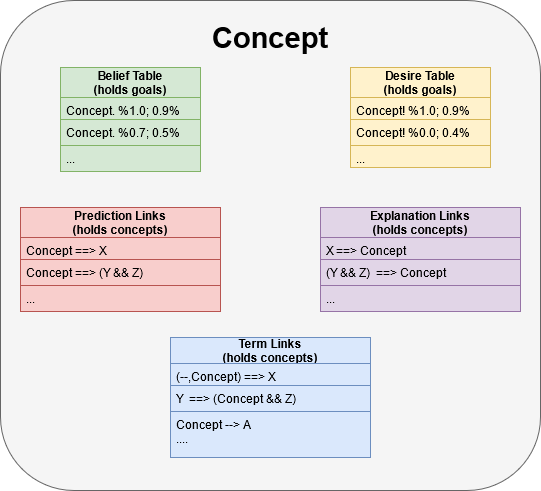
Before: Documentation/Concept.png, a diagram exported from draw.io (ccrock4t/NARS-Python). Source tidied: cells renumbered, new cells last; positions are measured from the earlier drawing's top-left corner, leaving out a move shared by most shapes.
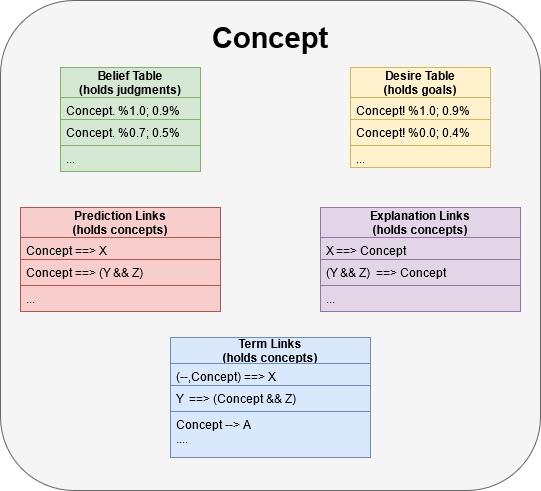
Above is the later version.

Commit message:
fix concept diagram

Change to the diagram source:
```diff
@@ -8,7 +8,7 @@
     <mxCell id="3" value="&lt;p style=&quot;line-height: 90%&quot;&gt;&lt;b&gt;&lt;font style=&quot;font-size: 29px&quot;&gt;Concept&lt;/font&gt;&lt;/b&gt;&lt;/p&gt;" style="text;html=1;strokeColor=none;fillColor=none;align=center;verticalAlign=middle;whiteSpace=wrap;rounded=0;" parent="1" vertex="1">
       <mxGeometry x="170" y="30" width="200" height="20" as="geometry" />
     </mxCell>
-    <mxCell id="4" value="&#10;&#10;&#10;Belief Table&#10;(holds goals)&#10;&#10;&#10;" style="swimlane;fontStyle=1;horizontal=1;startSize=30;fillColor=#d5e8d4;strokeColor=#82b366;" parent="1" vertex="1">
+    <mxCell id="4" value="&#10;&#10;&#10;Belief Table&#10;(holds judgments)&#10;&#10;&#10;" style="swimlane;fontStyle=1;horizontal=1;startSize=30;fillColor=#d5e8d4;strokeColor=#82b366;" parent="1" vertex="1">
       <mxGeometry x="60" y="67" width="140" height="104" as="geometry" />
     </mxCell>
     <mxCell id="5" value="Concept. %1.0; 0.9%" style="text;strokeColor=#82b366;fillColor=#d5e8d4;align=left;verticalAlign=top;spacingLeft=4;spacingRight=4;overflow=hidden;fontStyle=0;" parent="4" vertex="1">
```
